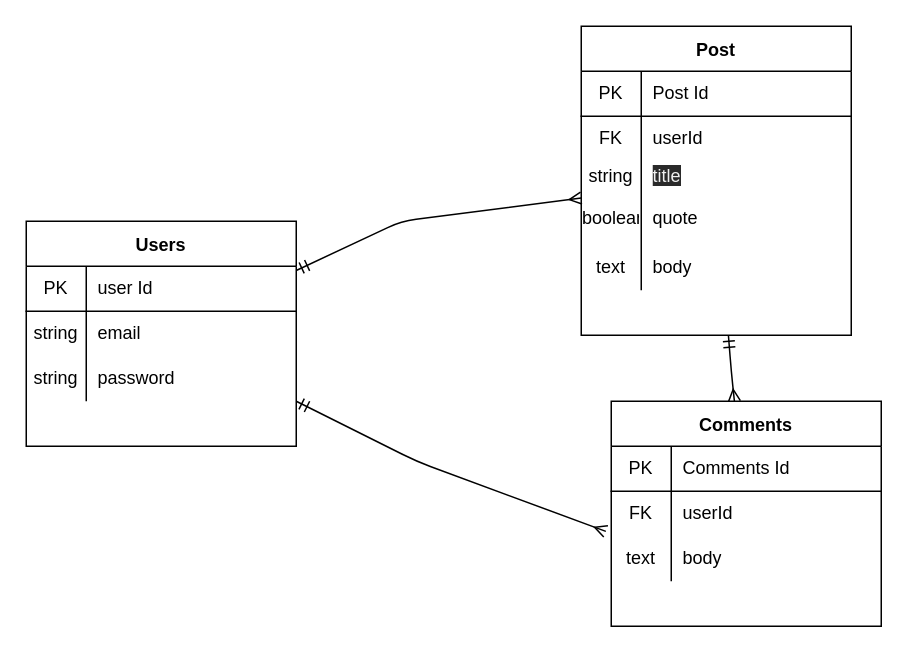
This is page "Page-1" (1 of 2) of bq.drawio from erhaneth/blockqoute, a draw.io file, before an edit. Source tidied: cells renumbered, new cells numbered last; positions are measured from the earlier drawing's top-left corner, leaving out a move shared by most shapes. Both pictures are drawn from the tidied source at 150%, with x=0, y=0 at pixel (26, 26).
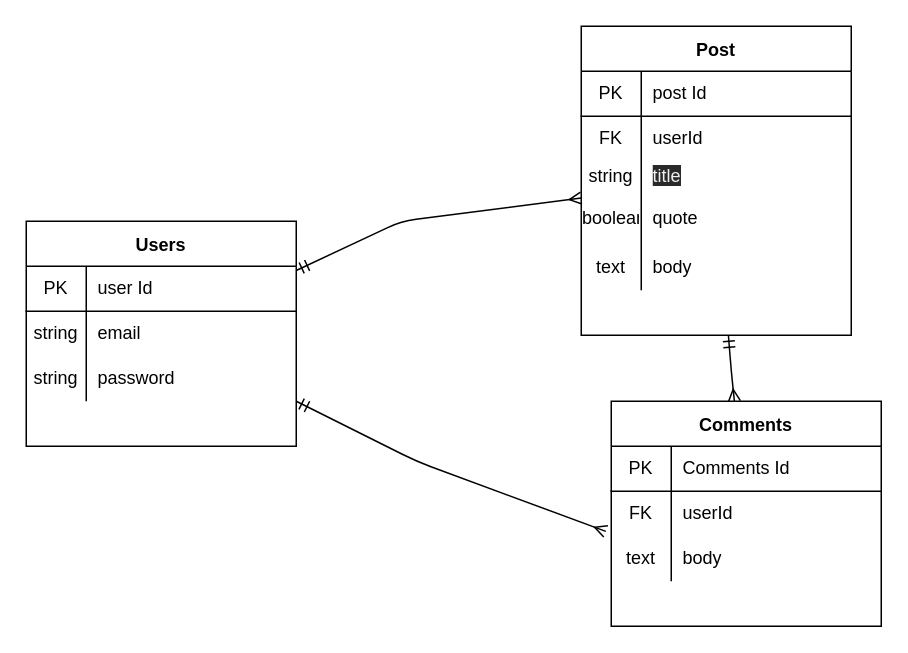
The same diagram, later.

The change refers to these unchanged cells:
```xml
<mxCell id="16" style="shape=partialRectangle;html=1;whiteSpace=wrap;fillColor=none;top=0;left=0;bottom=1;right=0;" parent="15" vertex="1">
  <mxGeometry y="30" width="180" height="30" as="geometry" />
</mxCell>
```

The edit, as a diff of the source:
```diff
@@
-    <mxCell id="18" value="Post Id" style="shape=partialRectangle;html=1;whiteSpace=wrap;fillColor=none;top=0;left=0;bottom=0;right=0;align=left;spacingLeft=6;overflow=hidden;" parent="16" vertex="1">
+    <mxCell id="18" value="post Id" style="shape=partialRectangle;html=1;whiteSpace=wrap;fillColor=none;top=0;left=0;bottom=0;right=0;align=left;spacingLeft=6;overflow=hidden;" parent="16" vertex="1">
       <mxGeometry x="40" width="140" height="30" as="geometry" />
     </mxCell>
```
